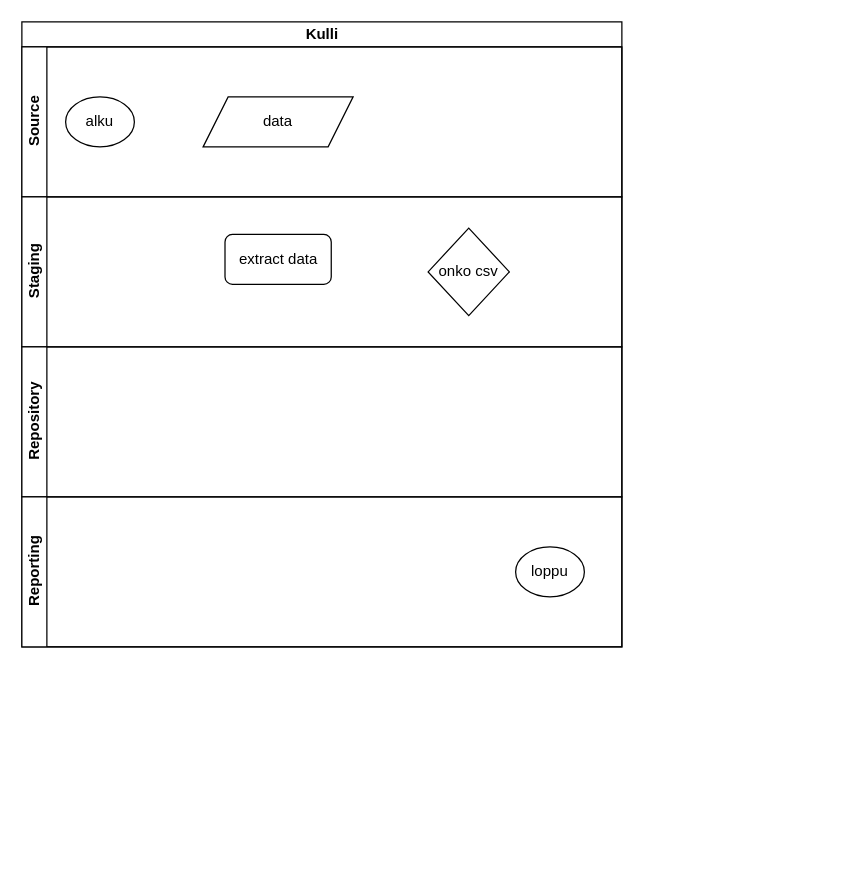
Above: Data-arkkitehtuuri - Esa/ETL-Prosessikaavio.drawio in joni23008/Python-Ninjas-Projectworks (draw.io), before the change. Source tidied: cells renumbered, new cells numbered last; positions are measured from the earlier drawing's top-left corner, leaving out a move shared by most shapes. Both pictures are drawn from the tidied source at 125%, with x=0, y=0 at pixel (21, 21).
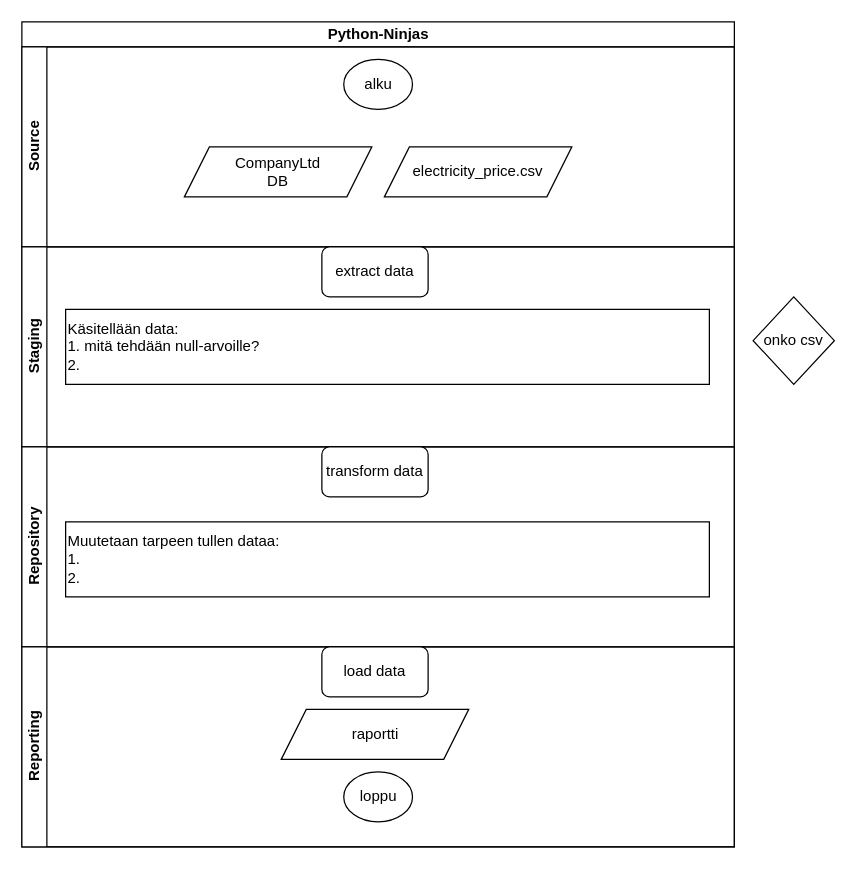
After the change.

What changed in the source:
```diff
@@
 <mxGraphModel>
   <root>
     <mxCell id="0" />
     <mxCell id="1" parent="0" />
-    <mxCell id="2" value="Kulli" style="swimlane;horizontal=1;startSize=20;html=1;swimlaneFillColor=none;gradientDirection=radial;" parent="1" vertex="1">
-      <mxGeometry width="480" height="500" as="geometry" />
+    <mxCell id="2" value="Python-Ninjas" style="swimlane;horizontal=1;startSize=20;html=1;swimlaneFillColor=none;gradientDirection=radial;" parent="1" vertex="1">
+      <mxGeometry width="570" height="660" as="geometry" />
     </mxCell>
     <mxCell id="3" value="Source" style="swimlane;startSize=20;horizontal=0;html=1;" parent="2" vertex="1">
-      <mxGeometry y="20" width="480" height="120" as="geometry" />
+      <mxGeometry y="20" width="570" height="160" as="geometry" />
     </mxCell>
     <mxCell id="4" value="alku" style="ellipse;whiteSpace=wrap;html=1;" parent="3" vertex="1">
-      <mxGeometry x="35" y="40" width="55" height="40" as="geometry" />
+      <mxGeometry x="257.5" y="10" width="55" height="40" as="geometry" />
     </mxCell>
-    <mxCell id="5" value="data" style="shape=parallelogram;perimeter=parallelogramPerimeter;whiteSpace=wrap;html=1;fixedSize=1;" parent="3" vertex="1">
-      <mxGeometry x="145" y="40" width="120" height="40" as="geometry" />
+    <mxCell id="5" value="CompanyLtd&lt;div&gt;DB&lt;/div&gt;" style="shape=parallelogram;perimeter=parallelogramPerimeter;whiteSpace=wrap;html=1;fixedSize=1;" parent="3" vertex="1">
+      <mxGeometry x="130" y="80" width="150" height="40" as="geometry" />
     </mxCell>
+    <mxCell id="12" value="electricity_price.csv" style="shape=parallelogram;perimeter=parallelogramPerimeter;whiteSpace=wrap;html=1;fixedSize=1;" parent="3" vertex="1">
+      <mxGeometry x="290" y="80" width="150" height="40" as="geometry" />
+    </mxCell>
     <mxCell id="6" value="Staging" style="swimlane;startSize=20;horizontal=0;html=1;" parent="2" vertex="1">
-      <mxGeometry y="140" width="480" height="120" as="geometry" />
+      <mxGeometry y="180" width="570" height="160" as="geometry" />
     </mxCell>
     <mxCell id="7" value="extract data" style="rounded=1;whiteSpace=wrap;html=1;" parent="6" vertex="1">
-      <mxGeometry x="162.5" y="30" width="85" height="40" as="geometry" />
+      <mxGeometry x="240" width="85" height="40" as="geometry" />
     </mxCell>
-    <mxCell id="8" value="onko csv" style="rhombus;whiteSpace=wrap;html=1;" parent="6" vertex="1">
-      <mxGeometry x="325" y="25" width="65" height="70" as="geometry" />
-    </mxCell>
+    <mxCell id="13" value="Käsitellään data:&lt;br&gt;1. mitä tehdään null-arvoille?&lt;div&gt;2.&amp;nbsp;&lt;/div&gt;" style="rounded=0;whiteSpace=wrap;html=1;align=left;" parent="6" vertex="1">
+      <mxGeometry x="35" y="50" width="515" height="60" as="geometry" />
+    </mxCell>
     <mxCell id="9" value="Repository" style="swimlane;startSize=20;horizontal=0;html=1;" parent="2" vertex="1">
-      <mxGeometry y="260" width="480" height="120" as="geometry" />
+      <mxGeometry y="340" width="570" height="160" as="geometry" />
     </mxCell>
+    <mxCell id="14" value="transform data" style="rounded=1;whiteSpace=wrap;html=1;" parent="9" vertex="1">
+      <mxGeometry x="240" width="85" height="40" as="geometry" />
+    </mxCell>
+    <mxCell id="15" value="Muutetaan tarpeen tullen dataa:&lt;br&gt;1.&amp;nbsp;&lt;div&gt;2.&amp;nbsp;&lt;/div&gt;" style="rounded=0;whiteSpace=wrap;html=1;align=left;" parent="9" vertex="1">
+      <mxGeometry x="35" y="60" width="515" height="60" as="geometry" />
+    </mxCell>
     <mxCell id="10" value="Reporting" style="swimlane;startSize=20;horizontal=0;html=1;" parent="2" vertex="1">
-      <mxGeometry y="380" width="480" height="120" as="geometry" />
+      <mxGeometry y="500" width="570" height="160" as="geometry" />
     </mxCell>
     <mxCell id="11" value="loppu" style="ellipse;whiteSpace=wrap;html=1;" parent="10" vertex="1">
-      <mxGeometry x="395" y="40" width="55" height="40" as="geometry" />
+      <mxGeometry x="257.5" y="100" width="55" height="40" as="geometry" />
     </mxCell>
+    <mxCell id="16" value="load data" style="rounded=1;whiteSpace=wrap;html=1;" parent="10" vertex="1">
+      <mxGeometry x="240" width="85" height="40" as="geometry" />
+    </mxCell>
+    <mxCell id="17" value="raportti" style="shape=parallelogram;perimeter=parallelogramPerimeter;whiteSpace=wrap;html=1;fixedSize=1;" parent="10" vertex="1">
+      <mxGeometry x="207.5" y="50" width="150" height="40" as="geometry" />
+    </mxCell>
+    <mxCell id="8" value="onko csv" style="rhombus;whiteSpace=wrap;html=1;" parent="1" vertex="1">
+      <mxGeometry x="585" y="220" width="65" height="70" as="geometry" />
+    </mxCell>
   </root>
 </mxGraphModel>
```
